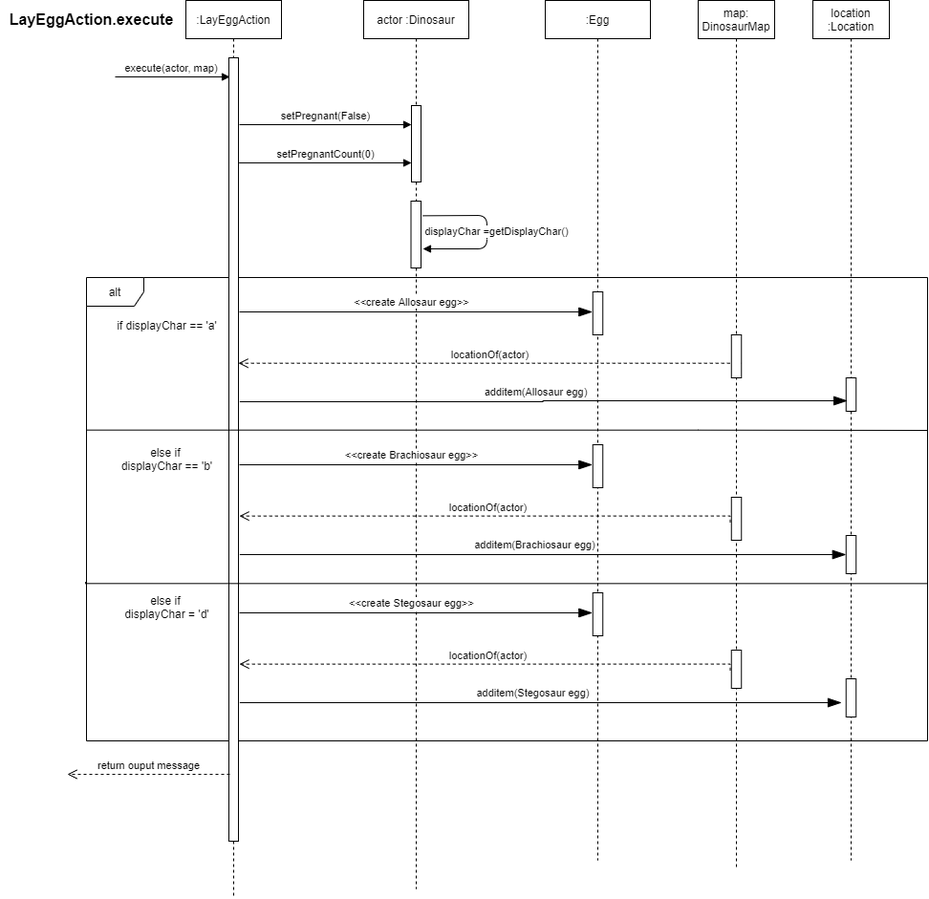
mltw/fit2099-jurassic-park-2021 keeps this draw.io diagram as assignment_workings/LayEggAction.execute.png. Above is the earlier version. Source tidied: cells renumbered, new cells last; positions are measured from the earlier drawing's top-left corner, leaving out a move shared by most shapes.
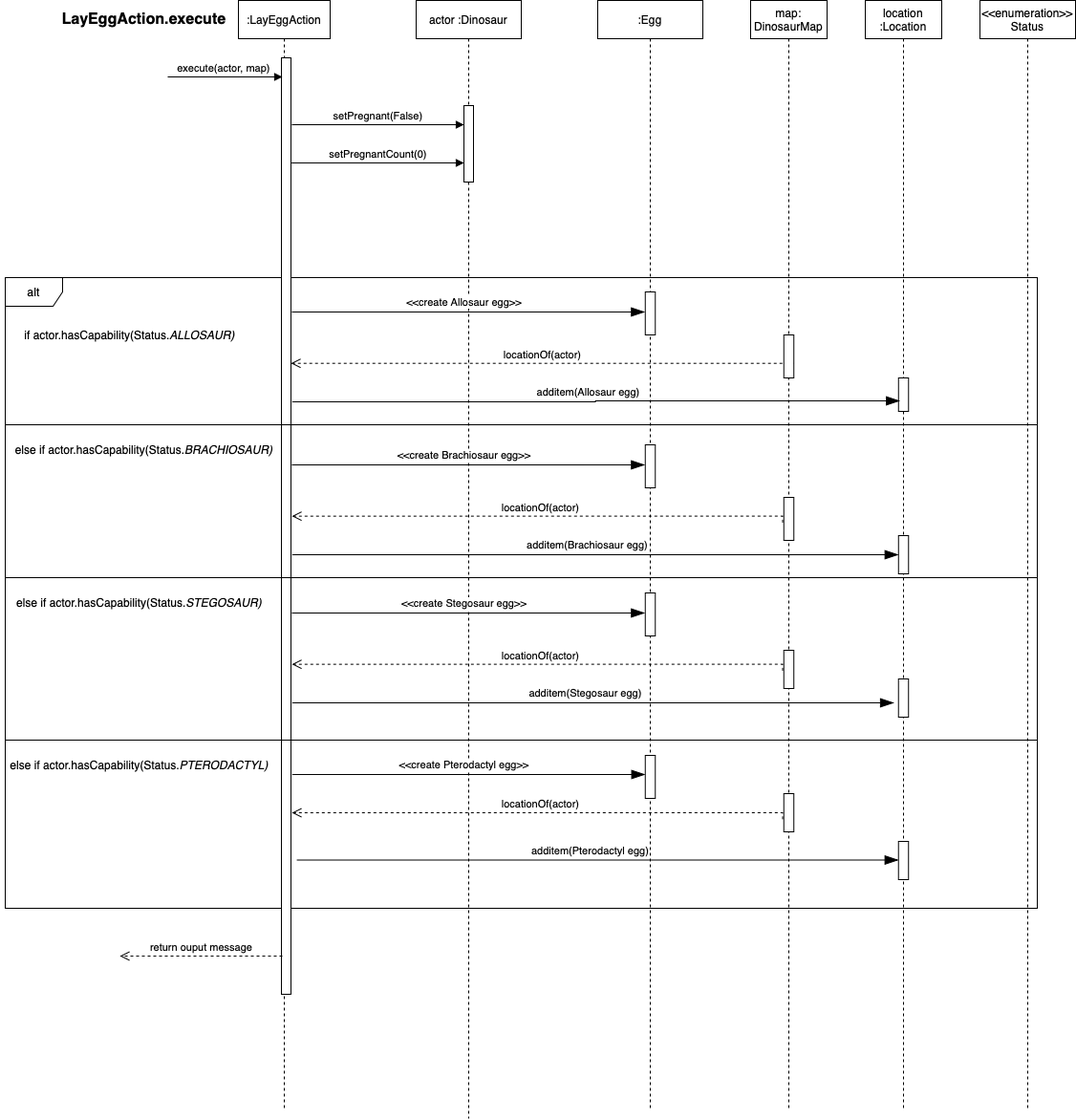
Later version of the same file.

Commit message:
update LayEggAction sequence diagram

What changed in the source:
```diff
@@ -3,13 +3,13 @@
     <mxCell id="0" />
     <mxCell id="1" parent="0" />
     <mxCell id="2" value="alt" style="shape=umlFrame;whiteSpace=wrap;html=1;" parent="1" vertex="1">
-      <mxGeometry x="90" y="290" width="880" height="485" as="geometry" />
+      <mxGeometry x="-50" y="290" width="1080" height="660" as="geometry" />
     </mxCell>
     <mxCell id="3" value=":LayEggAction" style="shape=umlLifeline;perimeter=lifelinePerimeter;whiteSpace=wrap;html=1;" parent="1" vertex="1">
-      <mxGeometry x="194" width="100" height="940" as="geometry" />
+      <mxGeometry x="194" width="96" height="1160" as="geometry" />
     </mxCell>
     <mxCell id="4" style="html=1;points=[];perimeter=orthogonalPerimeter;" parent="3" vertex="1">
-      <mxGeometry x="45" y="60" width="10" height="820" as="geometry" />
+      <mxGeometry x="45" y="60" width="10" height="980" as="geometry" />
     </mxCell>
     <mxCell id="5" value="&lt;span style=&quot;font-family: &amp;#34;helvetica&amp;#34;&quot;&gt;execute(actor, map&lt;/span&gt;&lt;span style=&quot;font-family: &amp;#34;helvetica&amp;#34;&quot;&gt;)&amp;nbsp;&lt;/span&gt;" style="html=1;verticalAlign=bottom;endArrow=block;" parent="1" edge="1">
       <mxGeometry relative="1" as="geometry">
@@ -18,16 +18,13 @@
       </mxGeometry>
     </mxCell>
     <mxCell id="6" value="actor :Dinosaur" style="shape=umlLifeline;perimeter=lifelinePerimeter;whiteSpace=wrap;html=1;" parent="1" vertex="1">
-      <mxGeometry x="380" width="110" height="930" as="geometry" />
+      <mxGeometry x="380" width="110" height="1170" as="geometry" />
     </mxCell>
     <mxCell id="7" style="html=1;perimeter=orthogonalPerimeter;" parent="6" vertex="1">
       <mxGeometry x="50" y="110" width="10" height="80" as="geometry" />
     </mxCell>
-    <mxCell id="8" style="html=1;perimeter=orthogonalPerimeter;" parent="6" vertex="1">
-      <mxGeometry x="49.5" y="210" width="10.5" height="70" as="geometry" />
-    </mxCell>
     <mxCell id="9" value="map: DinosaurMap&lt;span style=&quot;color: rgba(0 , 0 , 0 , 0) ; font-family: monospace ; font-size: 0px&quot;&gt;%3CmxGraphModel%3E%3Croot%3E%3CmxCell%20id%3D%220%22%2F%3E%3CmxCell%20id%3D%221%22%20parent%3D%220%22%2F%3E%3CmxCell%20id%3D%222%22%20value%3D%22corpse%3A%20Corpse%22%20style%3D%22shape%3DumlLifeline%3Bperimeter%3DlifelinePerimeter%3BwhiteSpace%3Dwrap%3Bhtml%3D1%3Bcontainer%3D1%3Bcollapsible%3D0%3BrecursiveResize%3D0%3BoutlineConnect%3D0%3B%22%20vertex%3D%221%22%20parent%3D%221%22%3E%3CmxGeometry%20x%3D%22880%22%20y%3D%2240%22%20width%3D%22100%22%20height%3D%222000%22%20as%3D%22geometry%22%2F%3E%3C%2FmxCell%3E%3CmxCell%20id%3D%223%22%20value%3D%22%22%20style%3D%22html%3D1%3Bpoints%3D%5B%5D%3Bperimeter%3DorthogonalPerimeter%3B%22%20vertex%3D%221%22%20parent%3D%222%22%3E%3CmxGeometry%20x%3D%2245%22%20y%3D%22700%22%20width%3D%2210%22%20height%3D%2230%22%20as%3D%22geometry%22%2F%3E%3C%2FmxCell%3E%3CmxCell%20id%3D%224%22%20value%3D%22%22%20style%3D%22html%3D1%3Bpoints%3D%5B%5D%3Bperimeter%3DorthogonalPerimeter%3B%22%20vertex%3D%221%22%20parent%3D%222%22%3E%3CmxGeometry%20x%3D%2245%22%20y%3D%22785%22%20width%3D%2210%22%20height%3D%2230%22%20as%3D%22geometry%22%2F%3E%3C%2FmxCell%3E%3CmxCell%20id%3D%225%22%20value%3D%22%22%20style%3D%22html%3D1%3Bpoints%3D%5B%5D%3Bperimeter%3DorthogonalPerimeter%3B%22%20vertex%3D%221%22%20parent%3D%222%22%3E%3CmxGeometry%20x%3D%2245%22%20y%3D%22850%22%20width%3D%2210%22%20height%3D%2230%22%20as%3D%22geometry%22%2F%3E%3C%2FmxCell%3E%3C%2Froot%3E%3C%2FmxGraphModel%3E&lt;/span&gt;" style="shape=umlLifeline;perimeter=lifelinePerimeter;whiteSpace=wrap;html=1;" parent="1" vertex="1">
-      <mxGeometry x="730" width="80" height="910" as="geometry" />
+      <mxGeometry x="730" width="80" height="1160" as="geometry" />
     </mxCell>
     <mxCell id="10" style="html=1;points=[];perimeter=orthogonalPerimeter;" parent="9" vertex="1">
       <mxGeometry x="34.8" y="520" width="10.5" height="45" as="geometry" />
@@ -35,6 +32,9 @@
     <mxCell id="11" style="html=1;perimeter=orthogonalPerimeter;direction=west;" parent="9" vertex="1">
       <mxGeometry x="34.8" y="680" width="10.5" height="40" as="geometry" />
     </mxCell>
+    <mxCell id="40" style="html=1;perimeter=orthogonalPerimeter;direction=west;" parent="9" vertex="1">
+      <mxGeometry x="34.8" y="830" width="10.5" height="40" as="geometry" />
+    </mxCell>
     <mxCell id="12" value="setPregnant(False)" style="html=1;verticalAlign=bottom;endArrow=block;" parent="1" edge="1">
       <mxGeometry relative="1" as="geometry">
         <mxPoint x="250" y="130" as="sourcePoint" />
@@ -47,21 +47,11 @@
         <mxPoint x="430" y="170" as="targetPoint" />
       </mxGeometry>
     </mxCell>
-    <mxCell id="14" value="&lt;font face=&quot;helvetica&quot;&gt;displayChar =getDisplayChar()&lt;/font&gt;" style="html=1;verticalAlign=bottom;endArrow=block;exitX=1.191;exitY=0.305;exitDx=0;exitDy=0;exitPerimeter=0;" parent="1" edge="1">
-      <mxGeometry x="0.1" y="10" relative="1" as="geometry">
-        <mxPoint x="442" y="225.4" as="sourcePoint" />
-        <mxPoint x="442" y="260" as="targetPoint" />
-        <Array as="points">
-          <mxPoint x="509" y="225" />
-          <mxPoint x="509" y="260" />
-        </Array>
-      </mxGeometry>
-    </mxCell>
-    <mxCell id="15" value="if displayChar == 'a'" style="text;html=1;align=center;verticalAlign=middle;strokeColor=none;" parent="1" vertex="1">
-      <mxGeometry x="114" y="330" width="120" height="20" as="geometry" />
+    <mxCell id="15" value="if actor.hasCapability(Status.&lt;i&gt;ALLOSAUR)&lt;/i&gt;" style="text;html=1;align=center;verticalAlign=middle;strokeColor=none;" parent="1" vertex="1">
+      <mxGeometry x="-40" y="340" width="240" height="20" as="geometry" />
     </mxCell>
     <mxCell id="16" value=":Egg" style="shape=umlLifeline;perimeter=lifelinePerimeter;whiteSpace=wrap;html=1;" parent="1" vertex="1">
-      <mxGeometry x="570" width="110" height="900" as="geometry" />
+      <mxGeometry x="570" width="110" height="1160" as="geometry" />
     </mxCell>
     <mxCell id="17" style="html=1;perimeter=orthogonalPerimeter;" parent="16" vertex="1">
       <mxGeometry x="49.8" y="305" width="10.5" height="45" as="geometry" />
@@ -85,7 +75,7 @@
       </mxGeometry>
     </mxCell>
     <mxCell id="21" value="location&lt;br&gt;:Location" style="shape=umlLifeline;perimeter=lifelinePerimeter;whiteSpace=wrap;html=1;" parent="1" vertex="1">
-      <mxGeometry x="850" width="80" height="900" as="geometry" />
+      <mxGeometry x="850" width="80" height="1160" as="geometry" />
     </mxCell>
     <mxCell id="22" style="html=1;points=[];perimeter=orthogonalPerimeter;direction=west;" parent="21" vertex="1">
       <mxGeometry x="34.8" y="395" width="10.5" height="35" as="geometry" />
@@ -101,8 +91,8 @@
         <mxPoint x="250.3" y="420" as="sourcePoint" />
       </mxGeometry>
     </mxCell>
-    <mxCell id="26" value="else if &lt;br&gt;displayChar == 'b'" style="text;html=1;align=center;verticalAlign=middle;strokeColor=none;" parent="1" vertex="1">
-      <mxGeometry x="119" y="465" width="110" height="30" as="geometry" />
+    <mxCell id="26" value="else if actor.hasCapability(Status.&lt;i&gt;BRACHIOSAUR)&lt;/i&gt;" style="text;html=1;align=center;verticalAlign=middle;strokeColor=none;" parent="1" vertex="1">
+      <mxGeometry x="-45" y="460" width="280" height="20" as="geometry" />
     </mxCell>
     <mxCell id="27" value="&amp;lt;&amp;lt;create Brachiosaur egg&amp;gt;&amp;gt;" style="endArrow=blockThin;endSize=12;html=1;rounded=0;edgeStyle=orthogonalEdgeStyle;entryX=-0.041;entryY=0.333;entryDx=0;entryDy=0;entryPerimeter=0;endFill=1;" parent="1" edge="1">
       <mxGeometry x="-0.03" y="10" relative="1" as="geometry">
@@ -126,8 +116,8 @@
     <mxCell id="30" style="html=1;perimeter=orthogonalPerimeter;" parent="1" vertex="1">
       <mxGeometry x="619.8" y="620" width="10.5" height="45" as="geometry" />
     </mxCell>
-    <mxCell id="31" value="else if &lt;br&gt;displayChar = 'd'" style="text;html=1;align=center;verticalAlign=middle;strokeColor=none;" parent="1" vertex="1">
-      <mxGeometry x="124" y="620" width="100" height="30" as="geometry" />
+    <mxCell id="31" value="else if actor.hasCapability(Status.&lt;i&gt;STEGOSAUR)&lt;/i&gt;" style="text;html=1;align=center;verticalAlign=middle;strokeColor=none;" parent="1" vertex="1">
+      <mxGeometry x="-45" y="620" width="270" height="20" as="geometry" />
     </mxCell>
     <mxCell id="32" value="&amp;lt;&amp;lt;create Stegosaur egg&amp;gt;&amp;gt;" style="endArrow=blockThin;endSize=12;html=1;rounded=0;edgeStyle=orthogonalEdgeStyle;entryX=-0.041;entryY=0.333;entryDx=0;entryDy=0;entryPerimeter=0;endFill=1;" parent="1" edge="1">
       <mxGeometry x="-0.03" y="10" relative="1" as="geometry">
@@ -150,24 +140,6 @@
         <mxPoint x="880" y="735" as="targetPoint" />
       </mxGeometry>
     </mxCell>
-    <mxCell id="35" style="endArrow=none;html=1;rounded=0;edgeStyle=orthogonalEdgeStyle;" parent="1" edge="1">
-      <mxGeometry relative="1" as="geometry">
-        <mxPoint x="90" y="449.7" as="sourcePoint" />
-        <mxPoint x="970" y="450" as="targetPoint" />
-        <Array as="points">
-          <mxPoint x="730" y="450" />
-          <mxPoint x="730" y="450" />
-        </Array>
-      </mxGeometry>
-    </mxCell>
-    <mxCell id="36" style="endArrow=none;html=1;rounded=0;edgeStyle=orthogonalEdgeStyle;exitX=-0.001;exitY=0.657;exitDx=0;exitDy=0;exitPerimeter=0;" parent="1" edge="1" source="2">
-      <mxGeometry relative="1" as="geometry">
-        <mxPoint x="970" y="610.3" as="targetPoint" />
-        <Array as="points">
-          <mxPoint x="89" y="610" />
-        </Array>
-      </mxGeometry>
-    </mxCell>
     <mxCell id="37" style="html=1;perimeter=orthogonalPerimeter;direction=west;" parent="1" vertex="1">
       <mxGeometry x="884.8" y="710" width="10.5" height="40" as="geometry" />
     </mxCell>
@@ -176,9 +148,51 @@
     </mxCell>
     <mxCell id="39" value="return ouput message" style="html=1;verticalAlign=bottom;endArrow=open;dashed=1;endSize=8;" parent="1" edge="1">
       <mxGeometry relative="1" as="geometry">
-        <mxPoint x="240" y="810" as="sourcePoint" />
-        <mxPoint x="70" y="810" as="targetPoint" />
+        <mxPoint x="240" y="1000" as="sourcePoint" />
+        <mxPoint x="70" y="1000" as="targetPoint" />
       </mxGeometry>
     </mxCell>
+    <mxCell id="41" value="&amp;lt;&amp;lt;enumeration&amp;gt;&amp;gt;&lt;br&gt;Status" style="shape=umlLifeline;perimeter=lifelinePerimeter;whiteSpace=wrap;html=1;" parent="1" vertex="1">
+      <mxGeometry x="970" width="100" height="1160" as="geometry" />
+    </mxCell>
+    <mxCell id="42" style="line;strokeWidth=1;fillColor=none;align=left;verticalAlign=middle;spacingTop=-1;spacingLeft=3;spacingRight=3;labelPosition=right;" parent="1" vertex="1">
+      <mxGeometry x="-50" y="440" width="1080" height="8" as="geometry" />
+    </mxCell>
+    <mxCell id="43" style="line;strokeWidth=1;fillColor=none;align=left;verticalAlign=middle;spacingTop=-1;spacingLeft=3;spacingRight=3;labelPosition=right;" parent="1" vertex="1">
+      <mxGeometry x="-50" y="600" width="1080" height="8" as="geometry" />
+    </mxCell>
+    <mxCell id="44" style="line;strokeWidth=1;fillColor=none;align=left;verticalAlign=middle;spacingTop=-1;spacingLeft=3;spacingRight=3;labelPosition=right;" parent="1" vertex="1">
+      <mxGeometry x="-50" y="770" width="1080" height="8" as="geometry" />
+    </mxCell>
+    <mxCell id="45" value="else if actor.hasCapability(Status.&lt;i&gt;PTERODACTYL)&lt;/i&gt;" style="text;html=1;align=center;verticalAlign=middle;strokeColor=none;" parent="1" vertex="1">
+      <mxGeometry x="-55" y="790" width="290" height="20" as="geometry" />
+    </mxCell>
+    <mxCell id="46" value="&amp;lt;&amp;lt;create Pterodactyl egg&amp;gt;&amp;gt;" style="endArrow=blockThin;endSize=12;html=1;rounded=0;edgeStyle=orthogonalEdgeStyle;entryX=-0.041;entryY=0.333;entryDx=0;entryDy=0;entryPerimeter=0;endFill=1;" parent="1" edge="1">
+      <mxGeometry x="-0.03" y="10" relative="1" as="geometry">
+        <mxPoint x="250.3" y="810" as="sourcePoint" />
+        <mxPoint x="619.7" y="810" as="targetPoint" />
+      </mxGeometry>
+    </mxCell>
+    <mxCell id="47" style="html=1;perimeter=orthogonalPerimeter;" parent="1" vertex="1">
+      <mxGeometry x="619.8" y="790" width="10.5" height="45" as="geometry" />
+    </mxCell>
+    <mxCell id="48" value="locationOf(actor)" style="html=1;verticalAlign=bottom;endArrow=open;dashed=1;endSize=8;rounded=0;edgeStyle=orthogonalEdgeStyle;exitX=-0.117;exitY=0.587;exitDx=0;exitDy=0;exitPerimeter=0;" parent="1" edge="1">
+      <mxGeometry relative="1" as="geometry">
+        <mxPoint x="763.5" y="856.8" as="sourcePoint" />
+        <mxPoint x="250" y="850" as="targetPoint" />
+        <Array as="points">
+          <mxPoint x="764" y="850.4" />
+        </Array>
+      </mxGeometry>
+    </mxCell>
+    <mxCell id="49" style="html=1;perimeter=orthogonalPerimeter;direction=west;" parent="1" vertex="1">
+      <mxGeometry x="884.8" y="880" width="10.5" height="40" as="geometry" />
+    </mxCell>
+    <mxCell id="50" value="additem(Pterodactyl&amp;nbsp;egg)" style="endArrow=blockThin;endSize=12;html=1;rounded=0;edgeStyle=orthogonalEdgeStyle;endFill=1;" parent="1" edge="1">
+      <mxGeometry x="-0.03" y="10" relative="1" as="geometry">
+        <mxPoint x="255.1" y="899.5" as="sourcePoint" />
+        <mxPoint x="884.8" y="899.5" as="targetPoint" />
+      </mxGeometry>
+    </mxCell>
   </root>
 </mxGraphModel>
```
